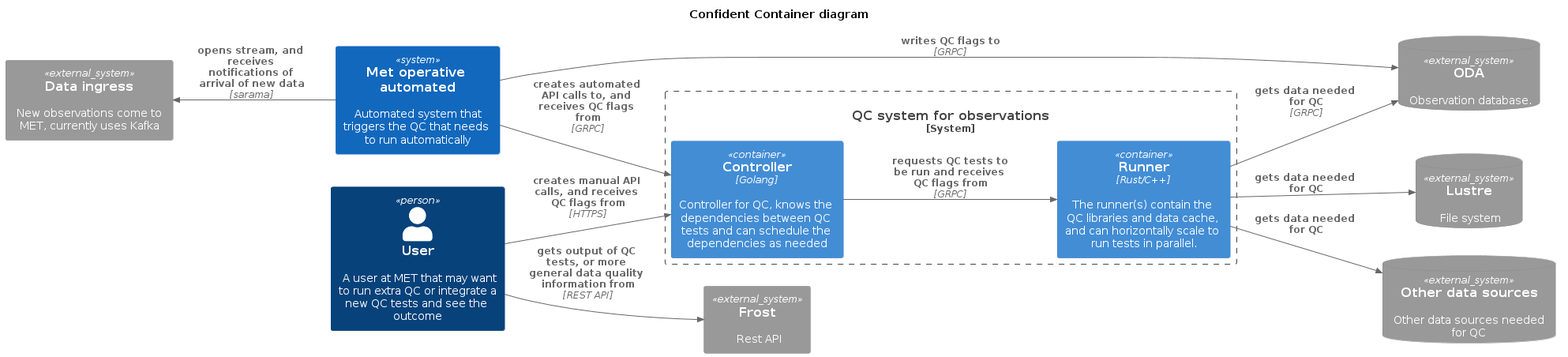
Above: docs/Confident_Container.png in metno/rove (PlantUML), before the change.
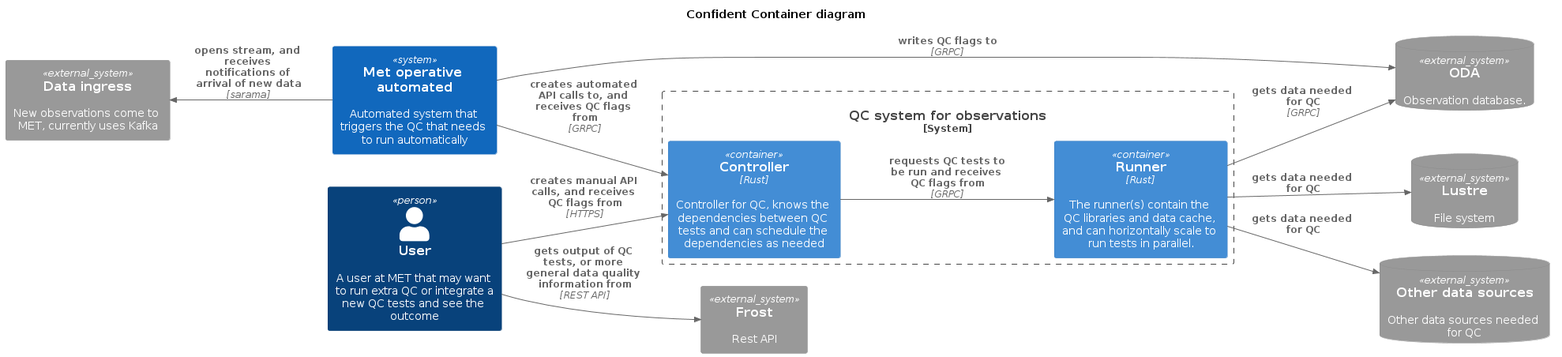
Later version of the same file.

Commit message:
update diagrams to say only rust

The edit, as a diff of the source:
```diff
@@ -17,8 +17,8 @@
 SystemDb_Ext(datasources, "Other data sources", "Other data sources needed for QC")
 
 System_Boundary(Confident, "QC system for observations") {
-  Container(controller, "Controller", "Golang", "Controller for QC, knows the dependencies between QC tests and can schedule the dependencies as needed")
-  Container(runner, "Runner", "Rust/C++", "The runner(s) contain the QC libraries and data cache, and can horizontally scale to run tests in parallel.")
+  Container(controller, "Controller", "Rust", "Controller for QC, knows the dependencies between QC tests and can schedule the dependencies as needed")
+  Container(runner, "Runner", "Rust", "The runner(s) contain the QC libraries and data cache, and can horizontally scale to run tests in parallel.")
 }
 
 Rel_U(new_obs_system, kafka, "opens stream, and receives notifications of arrival of new data", "sarama")
```
